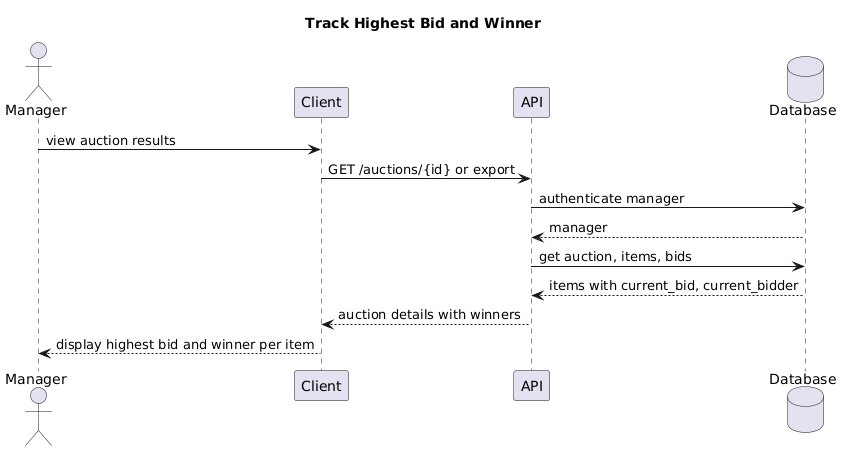
Earlier version of the PlantUML export Design/SequenceDiagram/TrackHighestBidAndWinner.png (mihnea-popescu/CSCI_6234_Spring_2026_G18). The source it was exported from:
```plantuml
@startuml
title Track Highest Bid and Winner
actor Manager
participant Client
participant API
database Database

Manager -> Client: view auction results
Client -> API: GET /auctions/{id} or export
API -> Database: authenticate manager
Database --> API: manager
API -> Database: get auction, items, bids
Database --> API: items with current_bid, current_bidder
API --> Client: auction details with winners
Client --> Manager: display highest bid and winner per item
@enduml
```
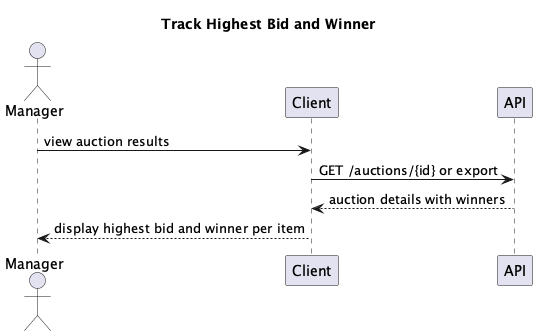
Later version of the same file.

Change to the diagram source:
```diff
@@ -1,16 +1,11 @@
-@startuml
+@startuml TrackHighestBidAndWinner
 title Track Highest Bid and Winner
 actor Manager
 participant Client
 participant API
-database Database
 
 Manager -> Client: view auction results
 Client -> API: GET /auctions/{id} or export
-API -> Database: authenticate manager
-Database --> API: manager
-API -> Database: get auction, items, bids
-Database --> API: items with current_bid, current_bidder
 API --> Client: auction details with winners
 Client --> Manager: display highest bid and winner per item
 @enduml
```
